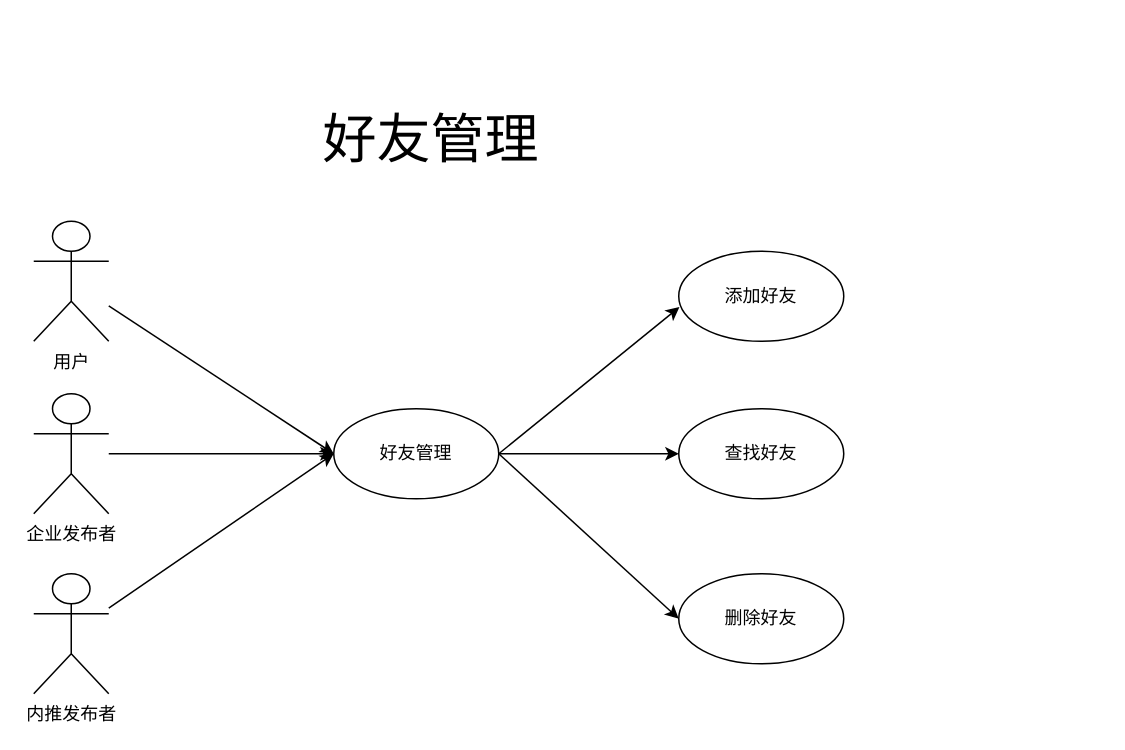
This is GJRchat.drawio from JohnnyLin12/GJR_BBS, a draw.io file, before an edit. Source tidied: cells renumbered, new cells numbered last; positions are measured from the earlier drawing's top-left corner, leaving out a move shared by most shapes. Both pictures are drawn from the tidied source at 150%, with x=0, y=0 at pixel (33, 93).
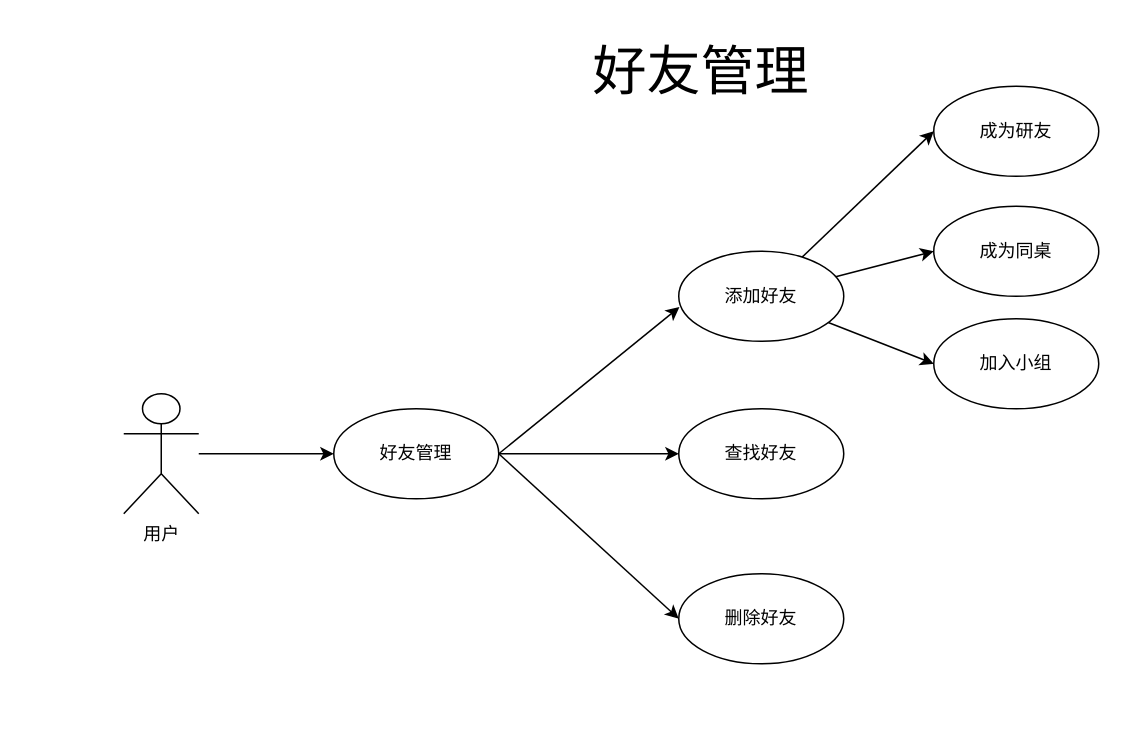
The same page after the edit.

What changed in the source:
```diff
@@
 <mxGraphModel>
   <root>
     <mxCell id="0" />
     <mxCell id="1" parent="0" />
     <mxCell id="2" value="用户" style="shape=umlActor;verticalLabelPosition=bottom;verticalAlign=top;html=1;" parent="1" vertex="1">
-      <mxGeometry y="85" width="50" height="80" as="geometry" />
+      <mxGeometry x="60" y="200" width="50" height="80" as="geometry" />
     </mxCell>
-    <mxCell id="3" value="企业发布者" style="shape=umlActor;verticalLabelPosition=bottom;verticalAlign=top;html=1;" parent="1" vertex="1">
-      <mxGeometry y="200" width="50" height="80" as="geometry" />
-    </mxCell>
-    <mxCell id="4" value="内推发布者" style="shape=umlActor;verticalLabelPosition=bottom;verticalAlign=top;html=1;" parent="1" vertex="1">
-      <mxGeometry y="320" width="50" height="80" as="geometry" />
-    </mxCell>
     <mxCell id="5" style="edgeStyle=none;rounded=0;jettySize=auto;html=1;exitX=1;exitY=0.5;exitDx=0;exitDy=0;entryX=0.004;entryY=0.62;entryDx=0;entryDy=0;entryPerimeter=0;" parent="1" edge="1" source="8" target="12">
       <mxGeometry relative="1" as="geometry" />
     </mxCell>
     <mxCell id="6" style="edgeStyle=none;rounded=0;jettySize=auto;html=1;entryX=0;entryY=0.5;entryDx=0;entryDy=0;" parent="1" edge="1" source="8" target="13">
       <mxGeometry relative="1" as="geometry" />
     </mxCell>
     <mxCell id="7" style="edgeStyle=none;rounded=0;jettySize=auto;html=1;entryX=0;entryY=0.5;entryDx=0;entryDy=0;exitX=1;exitY=0.5;exitDx=0;exitDy=0;" parent="1" edge="1" source="8" target="14">
       <mxGeometry relative="1" as="geometry" />
     </mxCell>
     <mxCell id="8" value="好友管理" style="ellipse;whiteSpace=wrap;html=1;" parent="1" vertex="1">
       <mxGeometry x="200" y="210" width="110" height="60" as="geometry" />
     </mxCell>
     <mxCell id="9" style="edgeStyle=none;rounded=0;jettySize=auto;html=1;entryX=0;entryY=0.5;entryDx=0;entryDy=0;" parent="1" edge="1" source="2" target="8">
-      <mxGeometry x="144" y="155" as="geometry" />
+      <mxGeometry x="-36" y="200" as="geometry" />
     </mxCell>
-    <mxCell id="10" style="edgeStyle=none;rounded=0;jettySize=auto;html=1;entryX=0;entryY=0.5;entryDx=0;entryDy=0;" parent="1" edge="1" source="3" target="8">
-      <mxGeometry x="144" y="155" as="geometry" />
-    </mxCell>
-    <mxCell id="11" style="edgeStyle=none;rounded=0;jettySize=auto;html=1;entryX=0;entryY=0.5;entryDx=0;entryDy=0;" parent="1" edge="1" source="4" target="8">
-      <mxGeometry x="144" y="155" as="geometry" />
-    </mxCell>
+    <mxCell id="16" style="edgeStyle=none;rounded=0;jettySize=auto;html=1;entryX=0;entryY=0.5;entryDx=0;entryDy=0;" parent="1" edge="1" source="12" target="19">
+      <mxGeometry relative="1" as="geometry" />
+    </mxCell>
+    <mxCell id="17" style="edgeStyle=none;rounded=0;jettySize=auto;html=1;entryX=0;entryY=0.5;entryDx=0;entryDy=0;" parent="1" edge="1" source="12" target="20">
+      <mxGeometry relative="1" as="geometry" />
+    </mxCell>
+    <mxCell id="18" style="edgeStyle=none;rounded=0;jettySize=auto;html=1;entryX=0;entryY=0.5;entryDx=0;entryDy=0;" parent="1" edge="1" source="12" target="21">
+      <mxGeometry relative="1" as="geometry" />
+    </mxCell>
     <mxCell id="12" value="添加好友" style="ellipse;whiteSpace=wrap;html=1;" parent="1" vertex="1">
       <mxGeometry x="430" y="105" width="110" height="60" as="geometry" />
     </mxCell>
     <mxCell id="13" value="查找好友" style="ellipse;whiteSpace=wrap;html=1;" parent="1" vertex="1">
       <mxGeometry x="430" y="210" width="110" height="60" as="geometry" />
     </mxCell>
     <mxCell id="14" value="删除好友" style="ellipse;whiteSpace=wrap;html=1;" parent="1" vertex="1">
       <mxGeometry x="430" y="320" width="110" height="60" as="geometry" />
     </mxCell>
     <mxCell id="15" value="&lt;font style=&quot;font-size: 36px&quot;&gt;好友管理&lt;/font&gt;" style="text;html=1;strokeColor=none;fillColor=none;align=center;verticalAlign=middle;whiteSpace=wrap;rounded=0;" parent="1" vertex="1">
-      <mxGeometry x="190" width="150" height="60" as="geometry" />
+      <mxGeometry x="370" y="-45" width="150" height="60" as="geometry" />
     </mxCell>
+    <mxCell id="19" value="成为研友" style="ellipse;whiteSpace=wrap;html=1;" parent="1" vertex="1">
+      <mxGeometry x="600" y="-5" width="110" height="60" as="geometry" />
+    </mxCell>
+    <mxCell id="20" value="成为同桌" style="ellipse;whiteSpace=wrap;html=1;" parent="1" vertex="1">
+      <mxGeometry x="600" y="75" width="110" height="60" as="geometry" />
+    </mxCell>
+    <mxCell id="21" value="加入小组" style="ellipse;whiteSpace=wrap;html=1;" parent="1" vertex="1">
+      <mxGeometry x="600" y="150" width="110" height="60" as="geometry" />
+    </mxCell>
   </root>
 </mxGraphModel>
```
